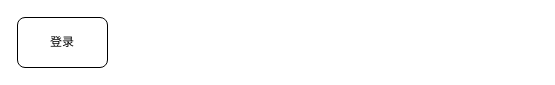
The draw.io diagram yzs/工业平台安全体系.drawio in yanglei1992/documents, before the edit. Source tidied: cells renumbered, new cells numbered last; positions are measured from the earlier drawing's top-left corner, leaving out a move shared by most shapes. Both pictures are drawn from the tidied source at 100%, with x=0, y=0 at pixel (17, 17).
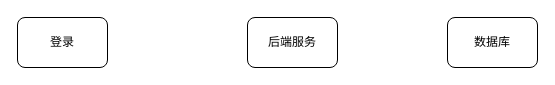
After the change.

Commit message (it also covers changes not shown here):
更新工业平台安全体系.drawio

Diff of the diagram source:
```diff
@@
 <mxGraphModel>
   <root>
     <mxCell id="0" />
     <mxCell id="1" parent="0" />
     <mxCell id="2" value="登录" style="rounded=1;whiteSpace=wrap;html=1;" parent="1" vertex="1">
       <mxGeometry width="90" height="50" as="geometry" />
     </mxCell>
+    <mxCell id="3" value="后端服务" style="rounded=1;whiteSpace=wrap;html=1;" parent="1" vertex="1">
+      <mxGeometry x="230" width="90" height="50" as="geometry" />
+    </mxCell>
+    <mxCell id="4" value="数据库" style="rounded=1;whiteSpace=wrap;html=1;" parent="1" vertex="1">
+      <mxGeometry x="430" width="90" height="50" as="geometry" />
+    </mxCell>
   </root>
 </mxGraphModel>
```
